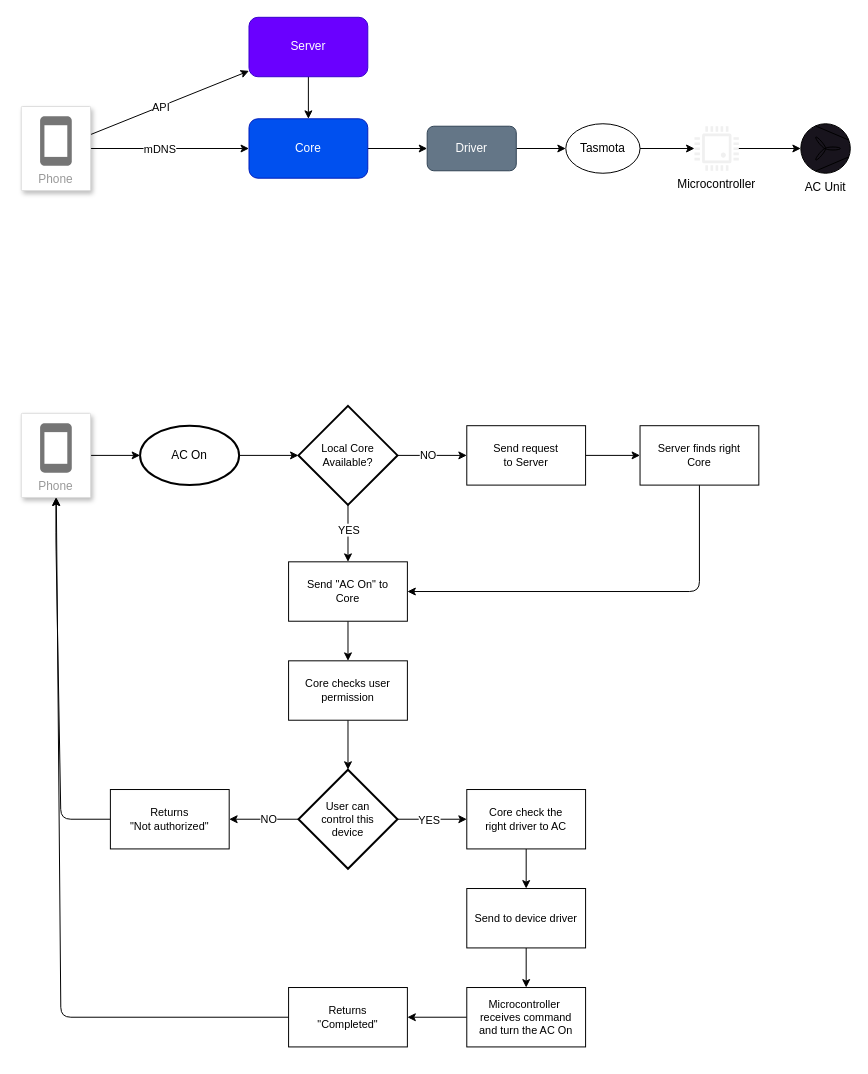
This is architecture/trying.drawio from VictorAlicino/tcc_1, a draw.io file, before an edit. Source tidied: cells renumbered, new cells numbered last; positions are measured from the earlier drawing's top-left corner, leaving out a move shared by most shapes. Both pictures are drawn from the tidied source at 99%, with x=0, y=0 at pixel (21, 17).
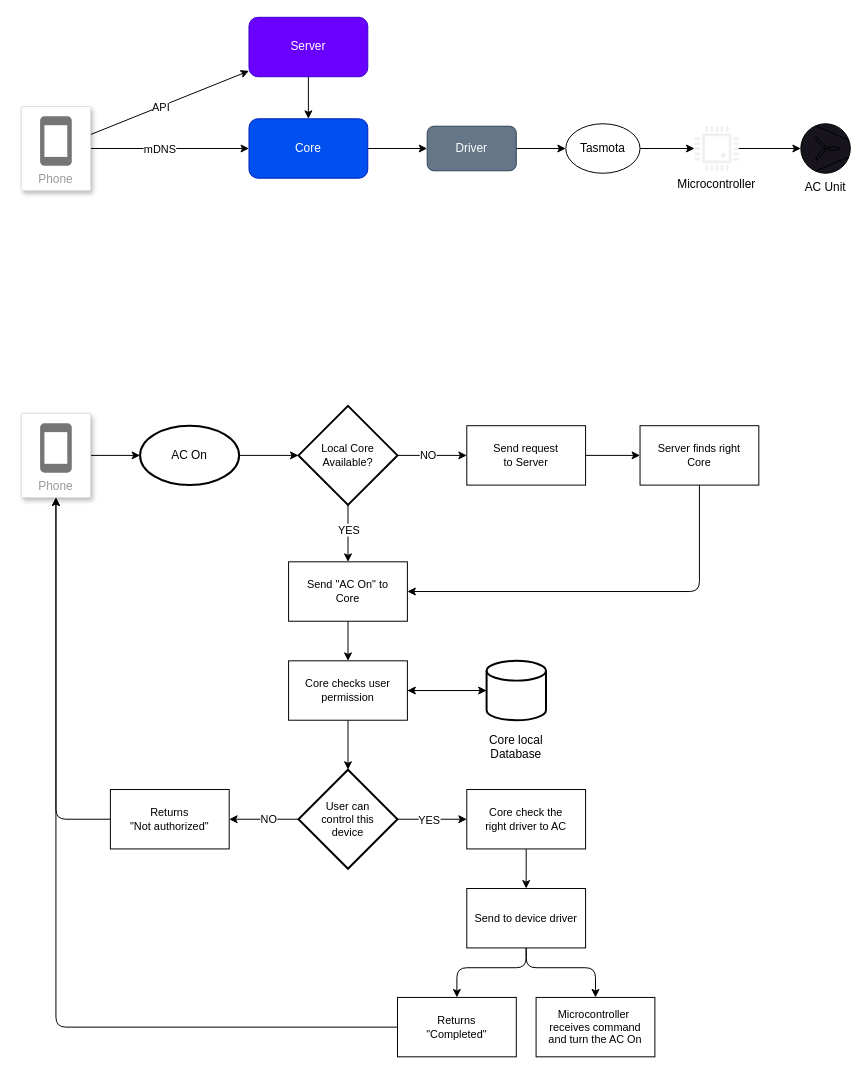
The same page after the edit.

The change refers to these unchanged cells:
```xml
<mxCell id="21" value="Phone" style="strokeColor=#dddddd;shadow=1;strokeWidth=1;rounded=1;absoluteArcSize=1;arcSize=2;labelPosition=center;verticalLabelPosition=middle;align=center;verticalAlign=bottom;spacingLeft=0;fontColor=#999999;fontSize=12;whiteSpace=wrap;spacingBottom=2;" parent="1" vertex="1">
  <mxGeometry y="400" width="70" height="85" as="geometry" />
</mxCell>
<mxCell id="39" value="Send to device driver" style="rounded=0;whiteSpace=wrap;html=1;fontSize=11;" parent="1" vertex="1">
  <mxGeometry x="450" y="880" width="120" height="60" as="geometry" />
</mxCell>
<mxCell id="43" value="Core checks user&lt;br&gt;permission" style="rounded=0;whiteSpace=wrap;html=1;fontSize=11;" parent="1" vertex="1">
  <mxGeometry x="270" y="650" width="120" height="60" as="geometry" />
</mxCell>
<mxCell id="49" value="Returns &lt;br&gt;&quot;Not authorized&quot;" style="rounded=0;whiteSpace=wrap;html=1;fontSize=11;" parent="1" vertex="1">
  <mxGeometry x="90" y="780" width="120" height="60" as="geometry" />
</mxCell>
```

The edit, as a diff of the source:
```diff
@@
-    <mxCell id="38" style="edgeStyle=none;html=1;fontSize=11;" parent="1" edge="1" source="39" target="41">
-      <mxGeometry relative="1" as="geometry" />
+    <mxCell id="38" style="edgeStyle=none;html=1;" parent="1" edge="1" source="39" target="41">
+      <mxGeometry relative="1" as="geometry">
+        <Array as="points">
+          <mxPoint x="510" y="960" />
+          <mxPoint x="580" y="960" />
+        </Array>
+      </mxGeometry>
     </mxCell>
+    <mxCell id="52" style="edgeStyle=none;html=1;" parent="1" edge="1" source="39" target="51">
+      <mxGeometry relative="1" as="geometry">
+        <Array as="points">
+          <mxPoint x="510" y="960" />
+          <mxPoint x="440" y="960" />
+        </Array>
+      </mxGeometry>
+    </mxCell>
@@
-    <mxCell id="40" style="edgeStyle=none;html=1;fontSize=11;" parent="1" edge="1" source="41" target="51">
-      <mxGeometry relative="1" as="geometry" />
-    </mxCell>
     <mxCell id="41" value="Microcontroller&amp;nbsp;&lt;br&gt;receives command&lt;br&gt;and turn the AC On" style="rounded=0;whiteSpace=wrap;html=1;fontSize=11;" parent="1" vertex="1">
-      <mxGeometry x="450" y="980" width="120" height="60" as="geometry" />
+      <mxGeometry x="520" y="990" width="120" height="60" as="geometry" />
     </mxCell>
@@
+    <mxCell id="53" style="edgeStyle=none;html=1;" parent="1" edge="1" source="43" target="55">
+      <mxGeometry relative="1" as="geometry" />
+    </mxCell>
@@
     <mxCell id="48" style="edgeStyle=none;html=1;fontSize=11;" parent="1" edge="1" source="49" target="21">
       <mxGeometry relative="1" as="geometry">
         <Array as="points">
-          <mxPoint x="40" y="810" />
+          <mxPoint x="35" y="810" />
           <mxPoint x="35" y="530" />
         </Array>
       </mxGeometry>
     </mxCell>
@@
     <mxCell id="50" style="edgeStyle=none;html=1;fontSize=11;" parent="1" edge="1" source="51" target="21">
       <mxGeometry relative="1" as="geometry">
         <Array as="points">
-          <mxPoint x="40" y="1010" />
+          <mxPoint x="35" y="1020" />
+          <mxPoint x="35" y="510" />
         </Array>
       </mxGeometry>
     </mxCell>
     <mxCell id="51" value="Returns &lt;br&gt;&quot;Completed&quot;" style="rounded=0;whiteSpace=wrap;html=1;fontSize=11;" parent="1" vertex="1">
-      <mxGeometry x="270" y="980" width="120" height="60" as="geometry" />
+      <mxGeometry x="380" y="990" width="120" height="60" as="geometry" />
     </mxCell>
+    <mxCell id="54" style="edgeStyle=none;html=1;" parent="1" edge="1" source="55" target="43">
+      <mxGeometry relative="1" as="geometry" />
+    </mxCell>
+    <mxCell id="55" value="&lt;br&gt;&lt;br&gt;&lt;br&gt;&lt;br&gt;&lt;br&gt;&lt;br&gt;&lt;br&gt;&lt;br&gt;Core local&lt;br&gt;Database" style="strokeWidth=2;html=1;shape=mxgraph.flowchart.database;whiteSpace=wrap;" parent="1" vertex="1">
+      <mxGeometry x="470" y="650" width="60" height="60" as="geometry" />
+    </mxCell>
```
